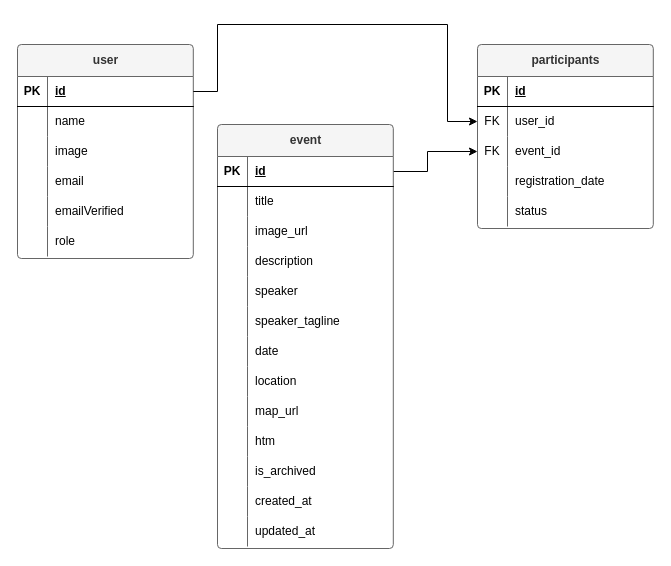
yogiprsetya/app.diagrams.net keeps this draw.io diagram as Menata-Hati-App.drawio. Above is the earlier version. Source tidied: cells renumbered, new cells numbered last; positions are measured from the earlier drawing's top-left corner, leaving out a move shared by most shapes. Both pictures are drawn from the tidied source at 100%, with x=0, y=0 at pixel (17, 24).
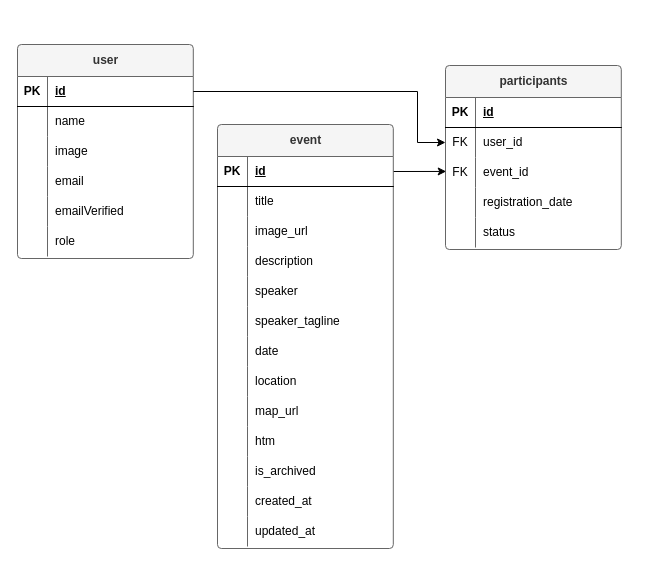
Above is the later version.

The change refers to these unchanged cells:
```xml
<mxCell id="3" style="shape=tableRow;horizontal=0;startSize=0;swimlaneHead=0;swimlaneBody=0;fillColor=none;points=[[0,0.5],[1,0.5]];portConstraint=eastwest;top=0;left=0;right=0;bottom=1;" parent="2" vertex="1">
  <mxGeometry y="32" width="175.8" height="30" as="geometry" />
</mxCell>
<mxCell id="25" style="shape=tableRow;horizontal=0;startSize=0;swimlaneHead=0;swimlaneBody=0;fillColor=none;points=[[0,0.5],[1,0.5]];portConstraint=eastwest;top=0;left=0;right=0;bottom=0;" parent="21" vertex="1">
  <mxGeometry y="62" width="175.8" height="30" as="geometry" />
</mxCell>
<mxCell id="28" style="shape=tableRow;horizontal=0;startSize=0;swimlaneHead=0;swimlaneBody=0;fillColor=none;points=[[0,0.5],[1,0.5]];portConstraint=eastwest;top=0;left=0;right=0;bottom=0;" parent="21" vertex="1">
  <mxGeometry y="92" width="175.8" height="30" as="geometry" />
</mxCell>
<mxCell id="40" style="shape=tableRow;horizontal=0;startSize=0;swimlaneHead=0;swimlaneBody=0;fillColor=none;points=[[0,0.5],[1,0.5]];portConstraint=eastwest;top=0;left=0;right=0;bottom=1;" parent="39" vertex="1">
  <mxGeometry y="32" width="175.8" height="30" as="geometry" />
</mxCell>
```

What changed in the source:
```diff
@@
     <mxCell id="21" value="participants" style="shape=table;startSize=32;childLayout=tableLayout;rowLines=0;fontStyle=1;align=center;html=1;rounded=1;fillColor=#f5f5f5;fontColor=#333333;strokeColor=#666666;arcSize=4;" parent="1" vertex="1">
-      <mxGeometry x="460" y="20" width="175.8" height="184" as="geometry" />
+      <mxGeometry x="428" y="41" width="175.8" height="184" as="geometry" />
     </mxCell>
@@
     <mxCell id="37" style="edgeStyle=orthogonalEdgeStyle;rounded=0;jettySize=auto;html=1;exitX=1;exitY=0.5;exitDx=0;exitDy=0;entryX=0;entryY=0.5;entryDx=0;entryDy=0;" parent="1" edge="1" source="3" target="25">
       <mxGeometry relative="1" as="geometry">
         <Array as="points">
-          <mxPoint x="200" y="67" />
-          <mxPoint x="200" />
-          <mxPoint x="430" />
-          <mxPoint x="430" y="97" />
+          <mxPoint x="400" y="67" />
+          <mxPoint x="400" y="118" />
         </Array>
       </mxGeometry>
     </mxCell>
-    <mxCell id="38" style="edgeStyle=orthogonalEdgeStyle;rounded=0;jettySize=auto;html=1;exitX=1;exitY=0.5;exitDx=0;exitDy=0;" parent="1" edge="1" source="40" target="28">
-      <mxGeometry relative="1" as="geometry">
-        <Array as="points">
-          <mxPoint x="410" y="147" />
-          <mxPoint x="410" y="127" />
-        </Array>
-      </mxGeometry>
+    <mxCell id="38" style="rounded=0;jettySize=auto;html=1;exitX=1;exitY=0.5;exitDx=0;exitDy=0;entryX=0.004;entryY=0.465;entryDx=0;entryDy=0;entryPerimeter=0;edgeStyle=orthogonalEdgeStyle;" parent="1" edge="1" source="40" target="28">
+      <mxGeometry relative="1" as="geometry" />
     </mxCell>
```
